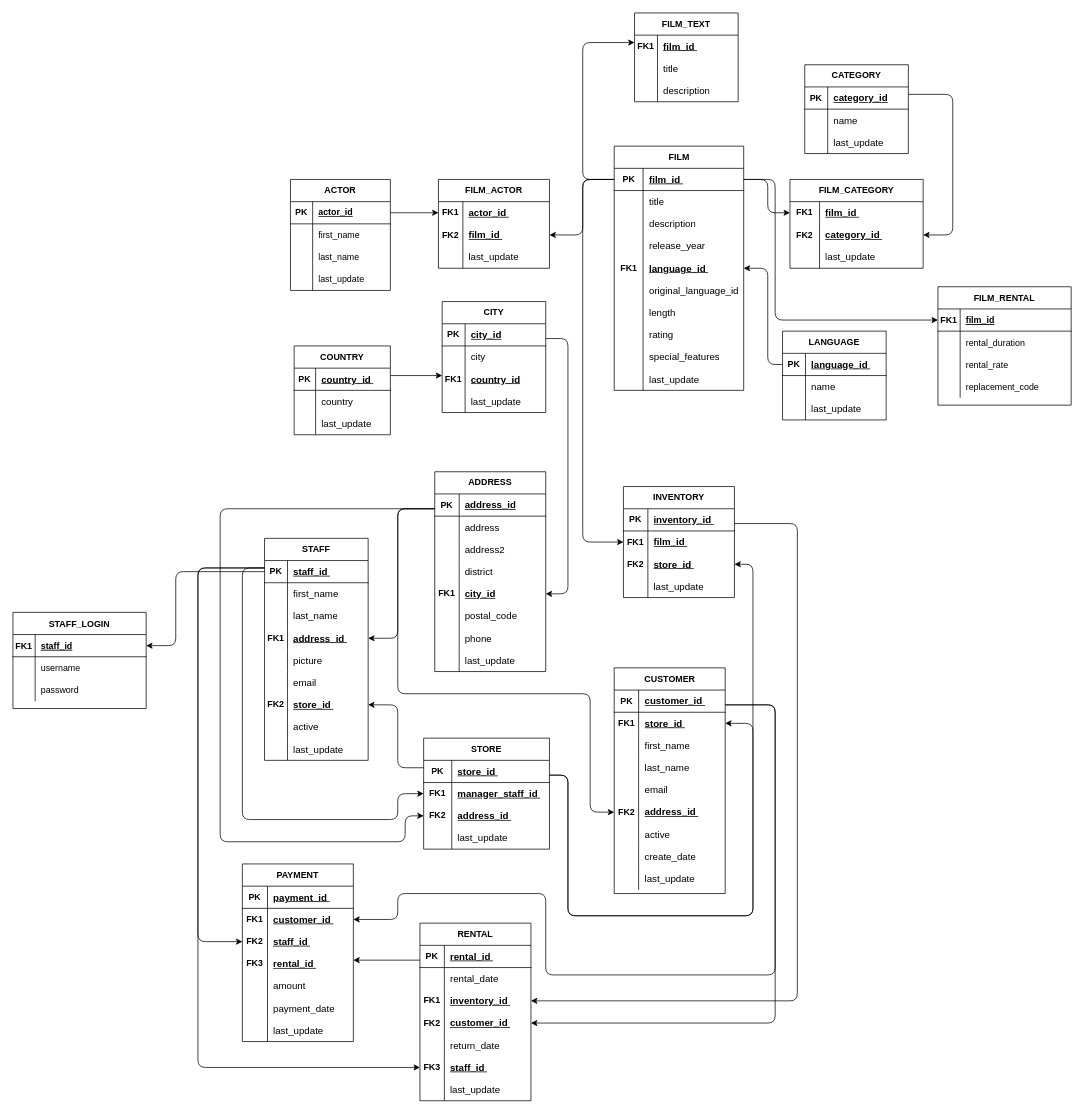
Above: Diagrams/DBI CourseworkA(update).drawio in EsCharl/DatabaseInterface (draw.io), before the change. Source tidied: cells renumbered, new cells numbered last; positions are measured from the earlier drawing's top-left corner, leaving out a move shared by most shapes. Both pictures are drawn from the tidied source at 74%, with x=0, y=0 at pixel (13, 13).
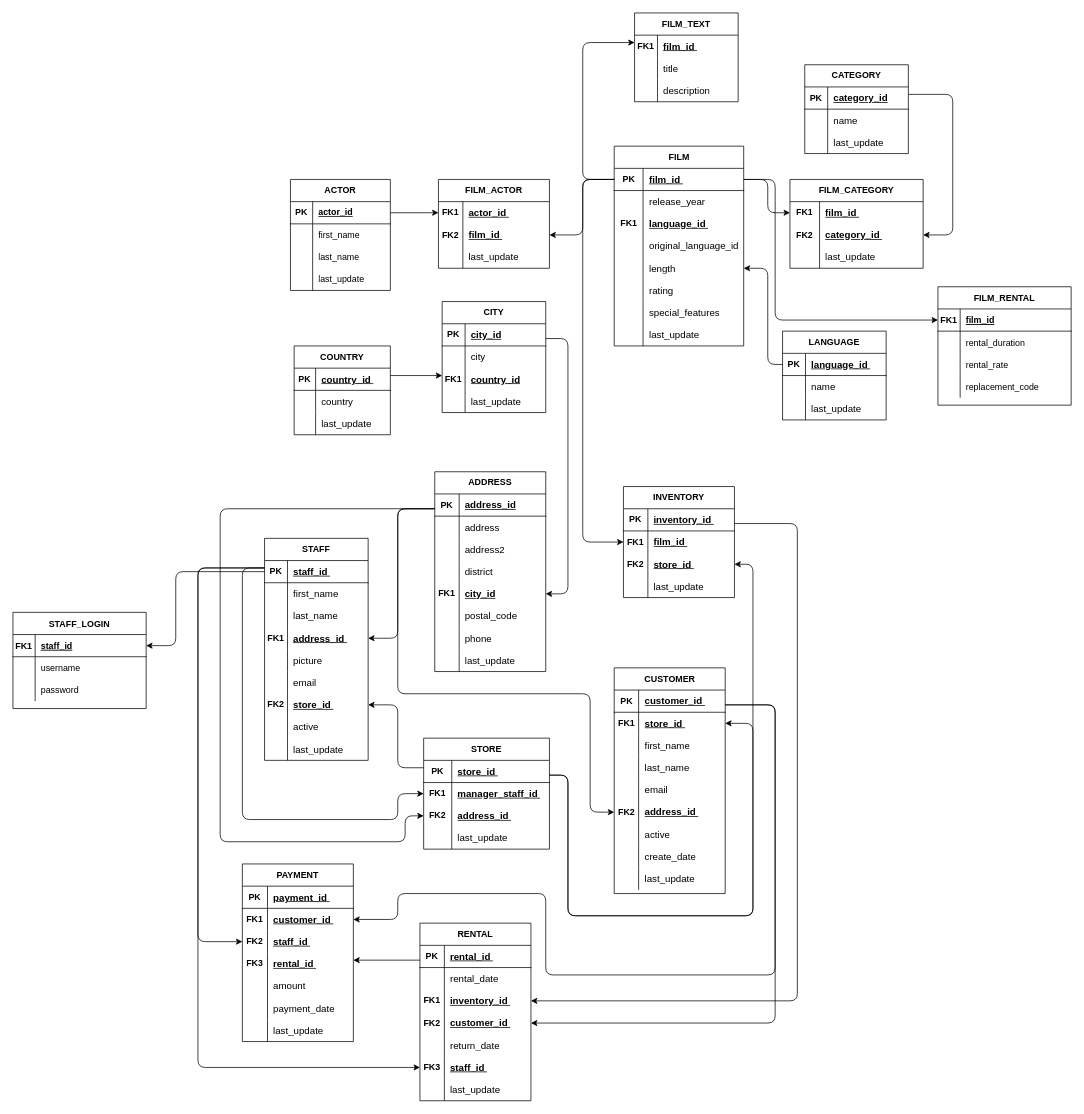
After the change.

Diff of the diagram source:
```diff
@@
     <mxCell id="101" value="FILM" style="shape=table;html=1;whiteSpace=wrap;startSize=30;childLayout=tableLayout;rowLines=0;fontStyle=1;align=center;" parent="1" vertex="1">
-      <mxGeometry x="812.5" y="180" width="175" height="330" as="geometry" />
+      <mxGeometry x="812.5" y="180" width="175" height="270" as="geometry" />
     </mxCell>
@@
-    <mxCell id="105" style="shape=partialRectangle;html=1;whiteSpace=wrap;fillColor=none;top=0;left=0;bottom=0;right=0;" parent="101" vertex="1">
-      <mxGeometry y="60" width="175" height="30" as="geometry" />
-    </mxCell>
-    <mxCell id="106" style="shape=partialRectangle;html=1;whiteSpace=wrap;fillColor=none;top=0;left=0;bottom=0;right=0;overflow=hidden;" parent="105" vertex="1">
-      <mxGeometry width="39" height="30" as="geometry" />
-    </mxCell>
-    <mxCell id="107" value="&lt;span style=&quot;font-family: sans-serif ; font-size: 13.12px ; background-color: rgb(255 , 255 , 255)&quot;&gt;title&lt;/span&gt;" style="shape=partialRectangle;html=1;whiteSpace=wrap;fillColor=none;top=0;left=0;bottom=0;right=0;align=left;spacingLeft=6;overflow=hidden;" parent="105" vertex="1">
-      <mxGeometry x="39" width="136" height="30" as="geometry" />
-    </mxCell>
-    <mxCell id="108" style="shape=partialRectangle;html=1;whiteSpace=wrap;fillColor=none;top=0;left=0;bottom=0;right=0;" parent="101" vertex="1">
-      <mxGeometry y="90" width="175" height="30" as="geometry" />
-    </mxCell>
-    <mxCell id="109" style="shape=partialRectangle;html=1;whiteSpace=wrap;fillColor=none;top=0;left=0;bottom=0;right=0;overflow=hidden;" parent="108" vertex="1">
-      <mxGeometry width="39" height="30" as="geometry" />
-    </mxCell>
-    <mxCell id="110" value="&lt;span style=&quot;font-family: sans-serif ; font-size: 13.12px ; background-color: rgb(255 , 255 , 255)&quot;&gt;description&lt;/span&gt;" style="shape=partialRectangle;html=1;whiteSpace=wrap;fillColor=none;top=0;left=0;bottom=0;right=0;align=left;spacingLeft=6;overflow=hidden;" parent="108" vertex="1">
-      <mxGeometry x="39" width="136" height="30" as="geometry" />
-    </mxCell>
     <mxCell id="111" style="shape=partialRectangle;html=1;whiteSpace=wrap;fillColor=none;top=0;left=0;bottom=0;right=0;" parent="101" vertex="1">
-      <mxGeometry y="120" width="175" height="30" as="geometry" />
+      <mxGeometry y="60" width="175" height="30" as="geometry" />
     </mxCell>
@@
     <mxCell id="114" style="shape=partialRectangle;html=1;whiteSpace=wrap;fillColor=none;top=0;left=0;bottom=0;right=0;" parent="101" vertex="1">
-      <mxGeometry y="150" width="175" height="30" as="geometry" />
+      <mxGeometry y="90" width="175" height="30" as="geometry" />
     </mxCell>
@@
     <mxCell id="117" style="shape=partialRectangle;html=1;whiteSpace=wrap;fillColor=none;top=0;left=0;bottom=0;right=0;" parent="101" vertex="1">
-      <mxGeometry y="180" width="175" height="30" as="geometry" />
+      <mxGeometry y="120" width="175" height="30" as="geometry" />
     </mxCell>
@@
     <mxCell id="120" style="shape=partialRectangle;html=1;whiteSpace=wrap;fillColor=none;top=0;left=0;bottom=0;right=0;" parent="101" vertex="1">
-      <mxGeometry y="210" width="175" height="30" as="geometry" />
+      <mxGeometry y="150" width="175" height="30" as="geometry" />
     </mxCell>
@@
     <mxCell id="123" style="shape=partialRectangle;html=1;whiteSpace=wrap;fillColor=none;top=0;left=0;bottom=0;right=0;" parent="101" vertex="1">
-      <mxGeometry y="240" width="175" height="30" as="geometry" />
+      <mxGeometry y="180" width="175" height="30" as="geometry" />
     </mxCell>
@@
     <mxCell id="126" style="shape=partialRectangle;html=1;whiteSpace=wrap;fillColor=none;top=0;left=0;bottom=0;right=0;" parent="101" vertex="1">
-      <mxGeometry y="270" width="175" height="30" as="geometry" />
+      <mxGeometry y="210" width="175" height="30" as="geometry" />
     </mxCell>
@@
     <mxCell id="129" style="shape=partialRectangle;html=1;whiteSpace=wrap;fillColor=none;top=0;left=0;bottom=0;right=0;" parent="101" vertex="1">
-      <mxGeometry y="300" width="175" height="30" as="geometry" />
+      <mxGeometry y="240" width="175" height="30" as="geometry" />
     </mxCell>
```
